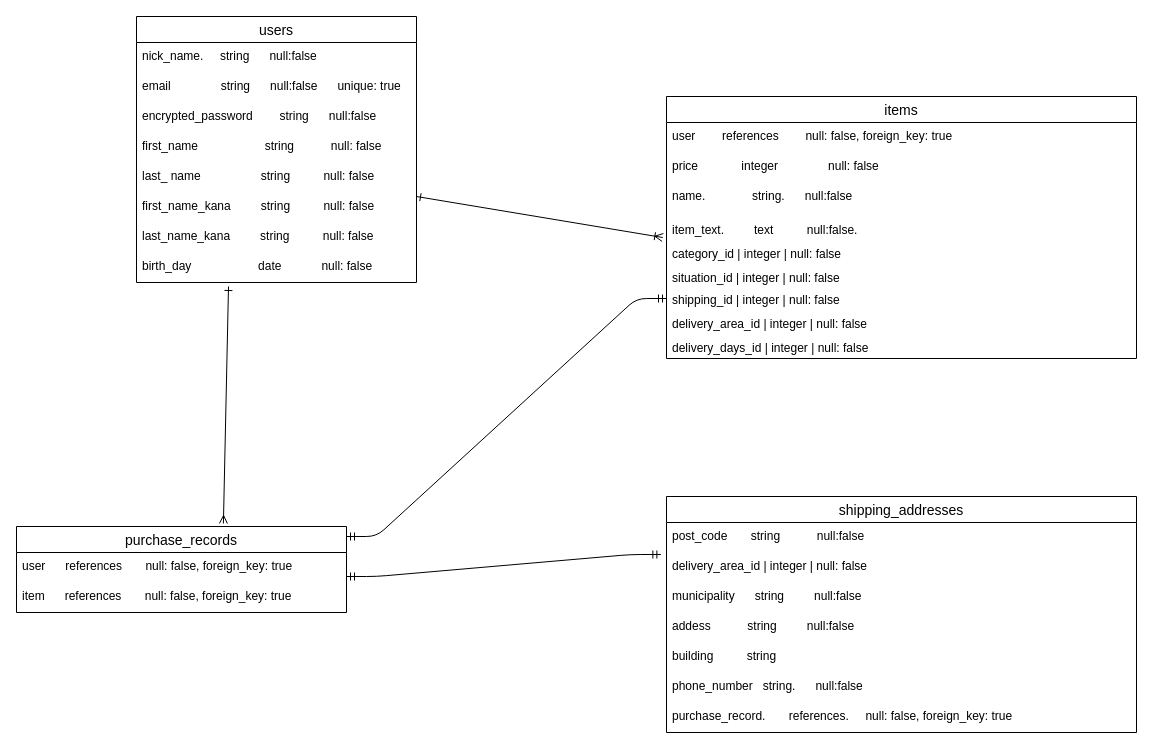
This is test.dio from tomatokirai/furima-38978, a draw.io file, before an edit. Source tidied: cells renumbered, new cells numbered last; positions are measured from the earlier drawing's top-left corner, leaving out a move shared by most shapes. Both pictures are drawn from the tidied source at 100%, with x=0, y=0 at pixel (-224, 16).
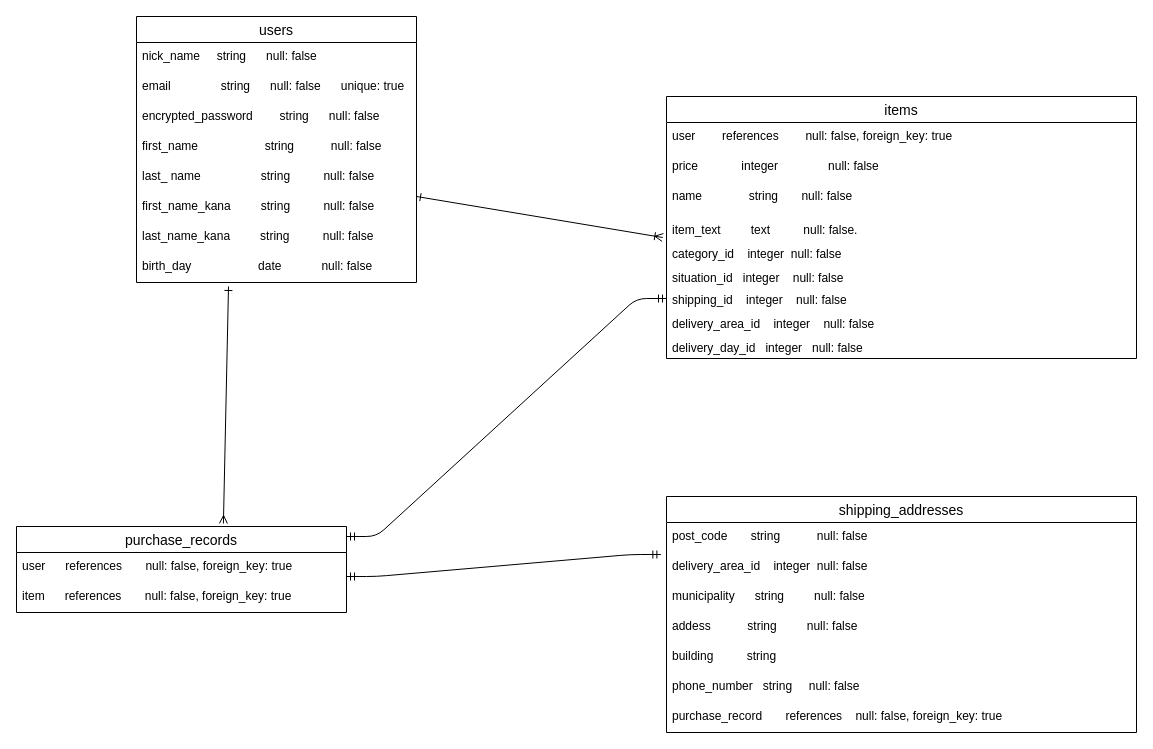
The same diagram, later.

The change refers to these unchanged cells:
```xml
<mxCell id="3" value="users" style="swimlane;fontStyle=0;horizontal=1;startSize=26;align=center;fontSize=14;" parent="1" vertex="1">
  <mxGeometry x="360" width="280" height="266" as="geometry" />
</mxCell>
<mxCell id="15" value="shipping_addresses" style="swimlane;fontStyle=0;horizontal=1;startSize=26;align=center;fontSize=14;" parent="1" vertex="1">
  <mxGeometry x="890" y="480" width="470" height="236" as="geometry" />
</mxCell>
<mxCell id="23" value="items" style="swimlane;fontStyle=0;horizontal=1;startSize=26;align=center;fontSize=14;" parent="1" vertex="1">
  <mxGeometry x="890" y="80" width="470" height="262" as="geometry" />
</mxCell>
```

What changed in the source:
```diff
@@
-    <mxCell id="4" value="nick_name.     string      null:false     " style="text;strokeColor=none;fillColor=none;spacingLeft=4;spacingRight=4;overflow=hidden;fontSize=12;" parent="3" vertex="1">
+    <mxCell id="4" value="nick_name     string      null: false     " style="text;strokeColor=none;fillColor=none;spacingLeft=4;spacingRight=4;overflow=hidden;fontSize=12;" parent="3" vertex="1">
       <mxGeometry y="26" width="280" height="30" as="geometry" />
     </mxCell>
-    <mxCell id="5" value="email               string      null:false      unique: true" style="text;strokeColor=none;fillColor=none;spacingLeft=4;spacingRight=4;overflow=hidden;fontSize=12;" parent="3" vertex="1">
+    <mxCell id="5" value="email               string      null: false      unique: true" style="text;strokeColor=none;fillColor=none;spacingLeft=4;spacingRight=4;overflow=hidden;fontSize=12;" parent="3" vertex="1">
       <mxGeometry y="56" width="280" height="30" as="geometry" />
     </mxCell>
-    <mxCell id="6" value="encrypted_password        string      null:false" style="text;strokeColor=none;fillColor=none;spacingLeft=4;spacingRight=4;overflow=hidden;fontSize=12;" parent="3" vertex="1">
+    <mxCell id="6" value="encrypted_password        string      null: false" style="text;strokeColor=none;fillColor=none;spacingLeft=4;spacingRight=4;overflow=hidden;fontSize=12;" parent="3" vertex="1">
       <mxGeometry y="86" width="280" height="30" as="geometry" />
     </mxCell>
@@
-    <mxCell id="16" value="post_code       string           null:false" style="text;strokeColor=none;fillColor=none;spacingLeft=4;spacingRight=4;overflow=hidden;points=[[0,0.5],[1,0.5]];portConstraint=eastwest;fontSize=12;" parent="15" vertex="1">
+    <mxCell id="16" value="post_code       string           null: false" style="text;strokeColor=none;fillColor=none;spacingLeft=4;spacingRight=4;overflow=hidden;points=[[0,0.5],[1,0.5]];portConstraint=eastwest;fontSize=12;" parent="15" vertex="1">
       <mxGeometry y="26" width="470" height="30" as="geometry" />
     </mxCell>
-    <mxCell id="17" value="delivery_area_id   | integer         | null: false" style="text;strokeColor=none;fillColor=none;spacingLeft=4;spacingRight=4;overflow=hidden;fontSize=12;" parent="15" vertex="1">
+    <mxCell id="17" value="delivery_area_id    integer  null: false" style="text;strokeColor=none;fillColor=none;spacingLeft=4;spacingRight=4;overflow=hidden;fontSize=12;" parent="15" vertex="1">
       <mxGeometry y="56" width="470" height="30" as="geometry" />
     </mxCell>
-    <mxCell id="18" value="municipality      string         null:false" style="text;strokeColor=none;fillColor=none;spacingLeft=4;spacingRight=4;overflow=hidden;fontSize=12;" parent="15" vertex="1">
+    <mxCell id="18" value="municipality      string         null: false" style="text;strokeColor=none;fillColor=none;spacingLeft=4;spacingRight=4;overflow=hidden;fontSize=12;" parent="15" vertex="1">
       <mxGeometry y="86" width="470" height="30" as="geometry" />
     </mxCell>
-    <mxCell id="19" value="addess           string         null:false" style="text;strokeColor=none;fillColor=none;spacingLeft=4;spacingRight=4;overflow=hidden;fontSize=12;" parent="15" vertex="1">
+    <mxCell id="19" value="addess           string         null: false" style="text;strokeColor=none;fillColor=none;spacingLeft=4;spacingRight=4;overflow=hidden;fontSize=12;" parent="15" vertex="1">
       <mxGeometry y="116" width="470" height="30" as="geometry" />
     </mxCell>
@@
-    <mxCell id="21" value="phone_number   string.      null:false" style="text;strokeColor=none;fillColor=none;spacingLeft=4;spacingRight=4;overflow=hidden;fontSize=12;" parent="15" vertex="1">
+    <mxCell id="21" value="phone_number   string     null: false" style="text;strokeColor=none;fillColor=none;spacingLeft=4;spacingRight=4;overflow=hidden;fontSize=12;" parent="15" vertex="1">
       <mxGeometry y="176" width="470" height="30" as="geometry" />
     </mxCell>
-    <mxCell id="22" value="purchase_record.       references.     null: false, foreign_key: true" style="text;strokeColor=none;fillColor=none;spacingLeft=4;spacingRight=4;overflow=hidden;fontSize=12;" parent="15" vertex="1">
+    <mxCell id="22" value="purchase_record       references    null: false, foreign_key: true" style="text;strokeColor=none;fillColor=none;spacingLeft=4;spacingRight=4;overflow=hidden;fontSize=12;" parent="15" vertex="1">
       <mxGeometry y="206" width="470" height="30" as="geometry" />
     </mxCell>
@@
-    <mxCell id="26" value="name.              string.      null:false   " style="text;strokeColor=none;fillColor=none;spacingLeft=4;spacingRight=4;overflow=hidden;fontSize=12;" parent="23" vertex="1">
+    <mxCell id="26" value="name              string       null: false   " style="text;strokeColor=none;fillColor=none;spacingLeft=4;spacingRight=4;overflow=hidden;fontSize=12;" parent="23" vertex="1">
       <mxGeometry y="86" width="470" height="34" as="geometry" />
     </mxCell>
-    <mxCell id="27" value="item_text.         text          null:false.  " style="text;strokeColor=none;fillColor=none;spacingLeft=4;spacingRight=4;overflow=hidden;points=[[0,0.5],[1,0.5]];portConstraint=eastwest;fontSize=12;" parent="23" vertex="1">
+    <mxCell id="27" value="item_text         text          null: false.  " style="text;strokeColor=none;fillColor=none;spacingLeft=4;spacingRight=4;overflow=hidden;points=[[0,0.5],[1,0.5]];portConstraint=eastwest;fontSize=12;" parent="23" vertex="1">
       <mxGeometry y="120" width="470" height="24" as="geometry" />
     </mxCell>
-    <mxCell id="28" value="category_id        | integer         | null: false" style="text;strokeColor=none;fillColor=none;spacingLeft=4;spacingRight=4;overflow=hidden;fontSize=12;" parent="23" vertex="1">
+    <mxCell id="28" value="category_id    integer  null: false" style="text;strokeColor=none;fillColor=none;spacingLeft=4;spacingRight=4;overflow=hidden;fontSize=12;" parent="23" vertex="1">
       <mxGeometry y="144" width="470" height="24" as="geometry" />
     </mxCell>
-    <mxCell id="29" value="situation_id       | integer         | null: false" style="text;strokeColor=none;fillColor=none;spacingLeft=4;spacingRight=4;overflow=hidden;fontSize=12;" parent="23" vertex="1">
+    <mxCell id="29" value="situation_id   integer    null: false" style="text;strokeColor=none;fillColor=none;spacingLeft=4;spacingRight=4;overflow=hidden;fontSize=12;" parent="23" vertex="1">
       <mxGeometry y="168" width="470" height="22" as="geometry" />
     </mxCell>
-    <mxCell id="30" value="shipping_id        | integer         | null: false" style="text;strokeColor=none;fillColor=none;spacingLeft=4;spacingRight=4;overflow=hidden;points=[[0,0.5],[1,0.5]];portConstraint=eastwest;fontSize=12;" parent="23" vertex="1">
+    <mxCell id="30" value="shipping_id    integer    null: false" style="text;strokeColor=none;fillColor=none;spacingLeft=4;spacingRight=4;overflow=hidden;points=[[0,0.5],[1,0.5]];portConstraint=eastwest;fontSize=12;" parent="23" vertex="1">
       <mxGeometry y="190" width="470" height="24" as="geometry" />
     </mxCell>
-    <mxCell id="31" value="delivery_area_id   | integer         | null: false" style="text;strokeColor=none;fillColor=none;spacingLeft=4;spacingRight=4;overflow=hidden;fontSize=12;" parent="23" vertex="1">
+    <mxCell id="31" value="delivery_area_id    integer    null: false" style="text;strokeColor=none;fillColor=none;spacingLeft=4;spacingRight=4;overflow=hidden;fontSize=12;" parent="23" vertex="1">
       <mxGeometry y="214" width="470" height="24" as="geometry" />
     </mxCell>
-    <mxCell id="32" value="delivery_days_id   | integer         | null: false" style="text;strokeColor=none;fillColor=none;spacingLeft=4;spacingRight=4;overflow=hidden;fontSize=12;" parent="23" vertex="1">
+    <mxCell id="32" value="delivery_day_id   integer   null: false" style="text;strokeColor=none;fillColor=none;spacingLeft=4;spacingRight=4;overflow=hidden;fontSize=12;" parent="23" vertex="1">
       <mxGeometry y="238" width="470" height="24" as="geometry" />
     </mxCell>
```
